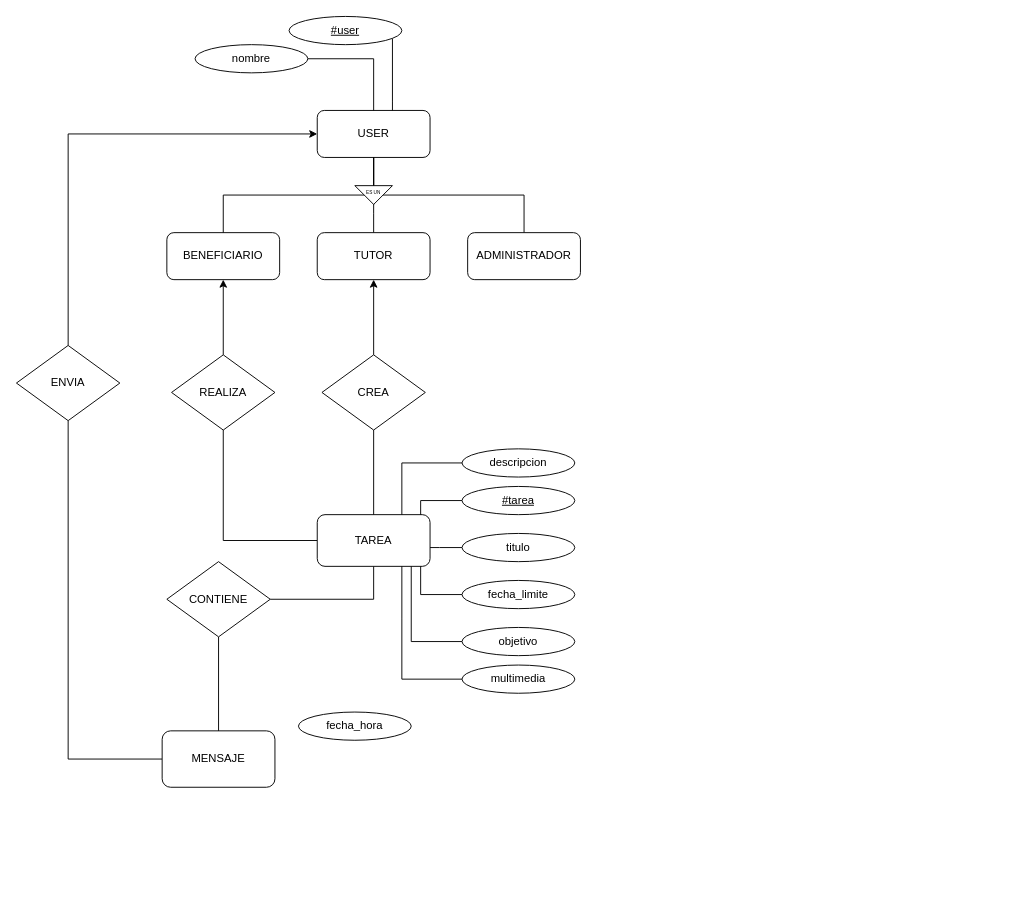
Before: base-de-datos/Diagrama BD.drawio in corderop/practicas-dgp, a draw.io diagram. Source tidied: cells renumbered, new cells numbered last; positions are measured from the earlier drawing's top-left corner, leaving out a move shared by most shapes. Both pictures are drawn from the tidied source at 94%, with x=0, y=0 at pixel (16, 16).
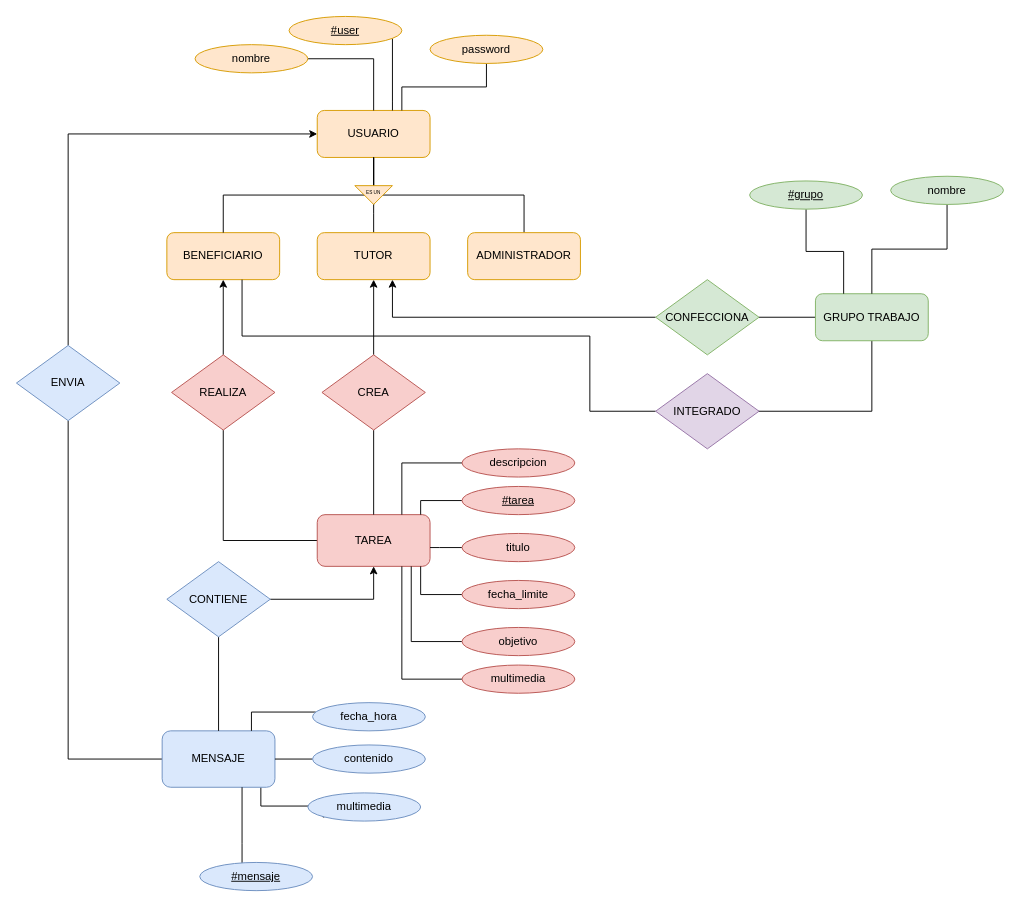
Above is the later version.

What changed in the source:
```diff
@@
-    <mxCell id="3" value="USER" style="rounded=1;whiteSpace=wrap;html=1;" parent="1" vertex="1">
+    <mxCell id="3" value="USUARIO" style="rounded=1;whiteSpace=wrap;html=1;fillColor=#ffe6cc;strokeColor=#d79b00;" parent="1" vertex="1">
       <mxGeometry x="320" y="100" width="120" height="50" as="geometry" />
     </mxCell>
@@
-    <mxCell id="5" style="edgeStyle=orthogonalEdgeStyle;rounded=0;jettySize=auto;html=1;entryX=1;entryY=0.5;entryDx=0;entryDy=0;startArrow=none;startFill=0;endArrow=none;endFill=0;" parent="1" edge="1" source="6" target="37">
+    <mxCell id="5" style="edgeStyle=orthogonalEdgeStyle;rounded=0;jettySize=auto;html=1;entryX=1;entryY=0.5;entryDx=0;entryDy=0;startArrow=classic;startFill=1;endArrow=none;endFill=0;" parent="1" edge="1" source="6" target="37">
       <mxGeometry relative="1" as="geometry">
         <Array as="points">
           <mxPoint x="380" y="620" />
         </Array>
       </mxGeometry>
     </mxCell>
-    <mxCell id="6" value="TAREA" style="rounded=1;whiteSpace=wrap;html=1;" parent="1" vertex="1">
+    <mxCell id="6" value="TAREA" style="rounded=1;whiteSpace=wrap;html=1;fillColor=#f8cecc;strokeColor=#b85450;" parent="1" vertex="1">
       <mxGeometry x="320" y="530" width="120" height="55" as="geometry" />
     </mxCell>
@@
-    <mxCell id="8" value="ADMINISTRADOR" style="rounded=1;whiteSpace=wrap;html=1;" parent="1" vertex="1">
+    <mxCell id="8" value="ADMINISTRADOR" style="rounded=1;whiteSpace=wrap;html=1;fillColor=#ffe6cc;strokeColor=#d79b00;" parent="1" vertex="1">
       <mxGeometry x="480" y="230" width="120" height="50" as="geometry" />
     </mxCell>
@@
-    <mxCell id="11" value="TUTOR" style="rounded=1;whiteSpace=wrap;html=1;" parent="1" vertex="1">
+    <mxCell id="11" value="TUTOR" style="rounded=1;whiteSpace=wrap;html=1;fillColor=#ffe6cc;strokeColor=#d79b00;" parent="1" vertex="1">
       <mxGeometry x="320" y="230" width="120" height="50" as="geometry" />
     </mxCell>
@@
-    <mxCell id="13" value="BENEFICIARIO" style="rounded=1;whiteSpace=wrap;html=1;" parent="1" vertex="1">
+    <mxCell id="13" value="BENEFICIARIO" style="rounded=1;whiteSpace=wrap;html=1;fillColor=#ffe6cc;strokeColor=#d79b00;" parent="1" vertex="1">
       <mxGeometry x="160" y="230" width="120" height="50" as="geometry" />
     </mxCell>
@@
-    <mxCell id="15" value="CREA" style="rhombus;whiteSpace=wrap;html=1;" parent="1" vertex="1">
+    <mxCell id="15" value="CREA" style="rhombus;whiteSpace=wrap;html=1;fillColor=#f8cecc;strokeColor=#b85450;" parent="1" vertex="1">
       <mxGeometry x="325" y="360" width="110" height="80" as="geometry" />
     </mxCell>
@@
-    <mxCell id="17" value="REALIZA" style="rhombus;whiteSpace=wrap;html=1;" parent="1" vertex="1">
+    <mxCell id="17" value="REALIZA" style="rhombus;whiteSpace=wrap;html=1;fillColor=#f8cecc;strokeColor=#b85450;" parent="1" vertex="1">
       <mxGeometry x="165" y="360" width="110" height="80" as="geometry" />
     </mxCell>
@@
-    <mxCell id="19" value="nombre" style="ellipse;whiteSpace=wrap;html=1;" parent="1" vertex="1">
+    <mxCell id="19" value="nombre" style="ellipse;whiteSpace=wrap;html=1;fillColor=#ffe6cc;strokeColor=#d79b00;" parent="1" vertex="1">
       <mxGeometry x="190" y="30" width="120" height="30" as="geometry" />
     </mxCell>
@@
-    <mxCell id="21" value="&lt;u&gt;#user&lt;/u&gt;" style="ellipse;whiteSpace=wrap;html=1;" parent="1" vertex="1">
+    <mxCell id="21" value="&lt;u&gt;#user&lt;/u&gt;" style="ellipse;whiteSpace=wrap;html=1;fillColor=#ffe6cc;strokeColor=#d79b00;" parent="1" vertex="1">
       <mxGeometry x="290" width="120" height="30" as="geometry" />
     </mxCell>
@@
-    <mxCell id="23" value="&lt;u&gt;#tarea&lt;/u&gt;" style="ellipse;whiteSpace=wrap;html=1;" parent="1" vertex="1">
+    <mxCell id="23" value="&lt;u&gt;#tarea&lt;/u&gt;" style="ellipse;whiteSpace=wrap;html=1;fillColor=#f8cecc;strokeColor=#b85450;" parent="1" vertex="1">
       <mxGeometry x="474" y="500" width="120" height="30" as="geometry" />
     </mxCell>
@@
-    <mxCell id="25" value="titulo" style="ellipse;whiteSpace=wrap;html=1;" parent="1" vertex="1">
+    <mxCell id="25" value="titulo" style="ellipse;whiteSpace=wrap;html=1;fillColor=#f8cecc;strokeColor=#b85450;" parent="1" vertex="1">
       <mxGeometry x="474" y="550" width="120" height="30" as="geometry" />
     </mxCell>
@@
-    <mxCell id="27" value="fecha_limite" style="ellipse;whiteSpace=wrap;html=1;" parent="1" vertex="1">
+    <mxCell id="27" value="fecha_limite" style="ellipse;whiteSpace=wrap;html=1;fillColor=#f8cecc;strokeColor=#b85450;" parent="1" vertex="1">
       <mxGeometry x="474" y="600" width="120" height="30" as="geometry" />
     </mxCell>
@@
-    <mxCell id="29" value="objetivo" style="ellipse;whiteSpace=wrap;html=1;" parent="1" vertex="1">
+    <mxCell id="29" value="objetivo" style="ellipse;whiteSpace=wrap;html=1;fillColor=#f8cecc;strokeColor=#b85450;" parent="1" vertex="1">
       <mxGeometry x="474" y="650" width="120" height="30" as="geometry" />
     </mxCell>
@@
-    <mxCell id="31" value="multimedia" style="ellipse;whiteSpace=wrap;html=1;" parent="1" vertex="1">
+    <mxCell id="31" value="multimedia" style="ellipse;whiteSpace=wrap;html=1;fillColor=#f8cecc;strokeColor=#b85450;" parent="1" vertex="1">
       <mxGeometry x="474" y="690" width="120" height="30" as="geometry" />
     </mxCell>
@@
-    <mxCell id="33" value="descripcion" style="ellipse;whiteSpace=wrap;html=1;" parent="1" vertex="1">
+    <mxCell id="33" value="descripcion" style="ellipse;whiteSpace=wrap;html=1;fillColor=#f8cecc;strokeColor=#b85450;" parent="1" vertex="1">
       <mxGeometry x="474" y="460" width="120" height="30" as="geometry" />
     </mxCell>
@@
+    <mxCell id="43" style="edgeStyle=orthogonalEdgeStyle;rounded=0;jettySize=auto;html=1;entryX=0;entryY=1;entryDx=0;entryDy=0;endArrow=none;endFill=0;" parent="1" edge="1" source="35" target="47">
+      <mxGeometry relative="1" as="geometry">
+        <Array as="points">
+          <mxPoint x="260" y="840" />
+          <mxPoint x="326" y="840" />
+          <mxPoint x="326" y="852" />
+        </Array>
+      </mxGeometry>
+    </mxCell>
-    <mxCell id="35" value="MENSAJE" style="rounded=1;whiteSpace=wrap;html=1;" parent="1" vertex="1">
+    <mxCell id="35" value="MENSAJE" style="rounded=1;whiteSpace=wrap;html=1;fillColor=#dae8fc;strokeColor=#6c8ebf;" parent="1" vertex="1">
       <mxGeometry x="155" y="760" width="120" height="60" as="geometry" />
     </mxCell>
@@
-    <mxCell id="37" value="CONTIENE" style="rhombus;whiteSpace=wrap;html=1;" parent="1" vertex="1">
+    <mxCell id="37" value="CONTIENE" style="rhombus;whiteSpace=wrap;html=1;fillColor=#dae8fc;strokeColor=#6c8ebf;" parent="1" vertex="1">
       <mxGeometry x="160" y="580" width="110" height="80" as="geometry" />
     </mxCell>
@@
-    <mxCell id="39" style="triangle;whiteSpace=wrap;html=1;rotation=90;" parent="1" vertex="1">
+    <mxCell id="39" style="triangle;whiteSpace=wrap;html=1;rotation=90;fillColor=#ffe6cc;strokeColor=#d79b00;" parent="1" vertex="1">
       <mxGeometry x="370" y="170" width="20" height="40" as="geometry" />
     </mxCell>
-    <mxCell id="40" value="&lt;font style=&quot;font-size: 5px&quot;&gt;ES UN&lt;/font&gt;" style="text;html=1;strokeColor=none;fillColor=none;align=center;verticalAlign=middle;whiteSpace=wrap;rounded=0;" parent="1" vertex="1">
+    <mxCell id="40" value="&lt;font style=&quot;font-size: 5px&quot;&gt;ES UN&lt;/font&gt;" style="text;html=1;align=center;verticalAlign=middle;whiteSpace=wrap;rounded=0;" parent="1" vertex="1">
       <mxGeometry x="365" y="180" width="30" height="10" as="geometry" />
     </mxCell>
+    <mxCell id="44" style="edgeStyle=orthogonalEdgeStyle;rounded=0;jettySize=auto;html=1;endArrow=none;endFill=0;" parent="1" edge="1" source="41" target="35">
+      <mxGeometry relative="1" as="geometry">
+        <Array as="points">
+          <mxPoint x="390" y="740" />
+          <mxPoint x="250" y="740" />
+        </Array>
+      </mxGeometry>
+    </mxCell>
-    <mxCell id="41" value="fecha_hora" style="ellipse;whiteSpace=wrap;html=1;" parent="1" vertex="1">
-      <mxGeometry x="300" y="740" width="120" height="30" as="geometry" />
+    <mxCell id="41" value="fecha_hora" style="ellipse;whiteSpace=wrap;html=1;fillColor=#dae8fc;strokeColor=#6c8ebf;" parent="1" vertex="1">
+      <mxGeometry x="315" y="730" width="120" height="30" as="geometry" />
     </mxCell>
-    <mxCell id="42" value="ENVIA" style="rhombus;whiteSpace=wrap;html=1;" parent="1" vertex="1">
+    <mxCell id="42" value="ENVIA" style="rhombus;whiteSpace=wrap;html=1;fillColor=#dae8fc;strokeColor=#6c8ebf;" parent="1" vertex="1">
       <mxGeometry y="350" width="110" height="80" as="geometry" />
     </mxCell>
+    <mxCell id="45" style="edgeStyle=orthogonalEdgeStyle;rounded=0;jettySize=auto;html=1;endArrow=none;endFill=0;" parent="1" edge="1" source="46" target="35">
+      <mxGeometry relative="1" as="geometry" />
+    </mxCell>
+    <mxCell id="46" value="contenido" style="ellipse;whiteSpace=wrap;html=1;fillColor=#dae8fc;strokeColor=#6c8ebf;" parent="1" vertex="1">
+      <mxGeometry x="315" y="775" width="120" height="30" as="geometry" />
+    </mxCell>
+    <mxCell id="47" value="multimedia" style="ellipse;whiteSpace=wrap;html=1;fillColor=#dae8fc;strokeColor=#6c8ebf;" parent="1" vertex="1">
+      <mxGeometry x="310" y="826" width="120" height="30" as="geometry" />
+    </mxCell>
+    <mxCell id="48" style="edgeStyle=orthogonalEdgeStyle;rounded=0;jettySize=auto;html=1;endArrow=none;endFill=0;" parent="1" edge="1" source="49" target="35">
+      <mxGeometry relative="1" as="geometry">
+        <Array as="points">
+          <mxPoint x="240" y="880" />
+          <mxPoint x="240" y="880" />
+        </Array>
+      </mxGeometry>
+    </mxCell>
+    <mxCell id="49" value="&lt;u&gt;#mensaje&lt;/u&gt;" style="ellipse;whiteSpace=wrap;html=1;fillColor=#dae8fc;strokeColor=#6c8ebf;" parent="1" vertex="1">
+      <mxGeometry x="195" y="900" width="120" height="30" as="geometry" />
+    </mxCell>
+    <mxCell id="50" style="edgeStyle=orthogonalEdgeStyle;rounded=0;jettySize=auto;html=1;endArrow=none;endFill=0;" parent="1" edge="1" source="52" target="54">
+      <mxGeometry relative="1" as="geometry" />
+    </mxCell>
+    <mxCell id="51" style="edgeStyle=orthogonalEdgeStyle;rounded=0;jettySize=auto;html=1;entryX=1;entryY=1;entryDx=0;entryDy=0;endArrow=classic;endFill=1;" parent="1" edge="1" source="52" target="56">
+      <mxGeometry relative="1" as="geometry">
+        <Array as="points">
+          <mxPoint x="910" y="420" />
+          <mxPoint x="763" y="420" />
+        </Array>
+      </mxGeometry>
+    </mxCell>
+    <mxCell id="52" value="GRUPO TRABAJO" style="rounded=1;whiteSpace=wrap;html=1;fillColor=#d5e8d4;strokeColor=#82b366;" parent="1" vertex="1">
+      <mxGeometry x="850" y="295" width="120" height="50" as="geometry" />
+    </mxCell>
+    <mxCell id="53" style="edgeStyle=orthogonalEdgeStyle;rounded=0;jettySize=auto;html=1;endArrow=classic;endFill=1;" parent="1" edge="1" source="54" target="11">
+      <mxGeometry relative="1" as="geometry">
+        <Array as="points">
+          <mxPoint x="400" y="320" />
+        </Array>
+      </mxGeometry>
+    </mxCell>
+    <mxCell id="54" value="CONFECCIONA" style="rhombus;whiteSpace=wrap;html=1;fillColor=#d5e8d4;strokeColor=#82b366;" parent="1" vertex="1">
+      <mxGeometry x="680" y="280" width="110" height="80" as="geometry" />
+    </mxCell>
+    <mxCell id="55" style="edgeStyle=orthogonalEdgeStyle;rounded=0;jettySize=auto;html=1;endArrow=none;endFill=0;" parent="1" edge="1" source="56" target="13">
+      <mxGeometry relative="1" as="geometry">
+        <Array as="points">
+          <mxPoint x="610" y="420" />
+          <mxPoint x="610" y="340" />
+          <mxPoint x="240" y="340" />
+        </Array>
+      </mxGeometry>
+    </mxCell>
+    <mxCell id="56" value="INTEGRADO" style="rhombus;whiteSpace=wrap;html=1;fillColor=#e1d5e7;strokeColor=#9673a6;" parent="1" vertex="1">
+      <mxGeometry x="680" y="380" width="110" height="80" as="geometry" />
+    </mxCell>
+    <mxCell id="57" style="edgeStyle=orthogonalEdgeStyle;rounded=0;jettySize=auto;html=1;entryX=0.25;entryY=0;entryDx=0;entryDy=0;endArrow=none;endFill=0;" parent="1" edge="1" source="58" target="52">
+      <mxGeometry relative="1" as="geometry" />
+    </mxCell>
+    <mxCell id="58" value="&lt;u&gt;#grupo&lt;/u&gt;" style="ellipse;whiteSpace=wrap;html=1;fillColor=#d5e8d4;strokeColor=#82b366;" parent="1" vertex="1">
+      <mxGeometry x="780" y="175" width="120" height="30" as="geometry" />
+    </mxCell>
+    <mxCell id="59" style="edgeStyle=orthogonalEdgeStyle;rounded=0;jettySize=auto;html=1;endArrow=none;endFill=0;" parent="1" edge="1" source="60" target="52">
+      <mxGeometry relative="1" as="geometry" />
+    </mxCell>
+    <mxCell id="60" value="nombre" style="ellipse;whiteSpace=wrap;html=1;fillColor=#d5e8d4;strokeColor=#82b366;" parent="1" vertex="1">
+      <mxGeometry x="930" y="170" width="120" height="30" as="geometry" />
+    </mxCell>
+    <mxCell id="61" style="edgeStyle=orthogonalEdgeStyle;rounded=0;jettySize=auto;html=1;endArrow=none;endFill=0;" parent="1" edge="1" source="62" target="3">
+      <mxGeometry relative="1" as="geometry">
+        <Array as="points">
+          <mxPoint x="500" y="75" />
+          <mxPoint x="410" y="75" />
+        </Array>
+      </mxGeometry>
+    </mxCell>
+    <mxCell id="62" value="password" style="ellipse;whiteSpace=wrap;html=1;fillColor=#ffe6cc;strokeColor=#d79b00;" parent="1" vertex="1">
+      <mxGeometry x="440" y="20" width="120" height="30" as="geometry" />
+    </mxCell>
```
